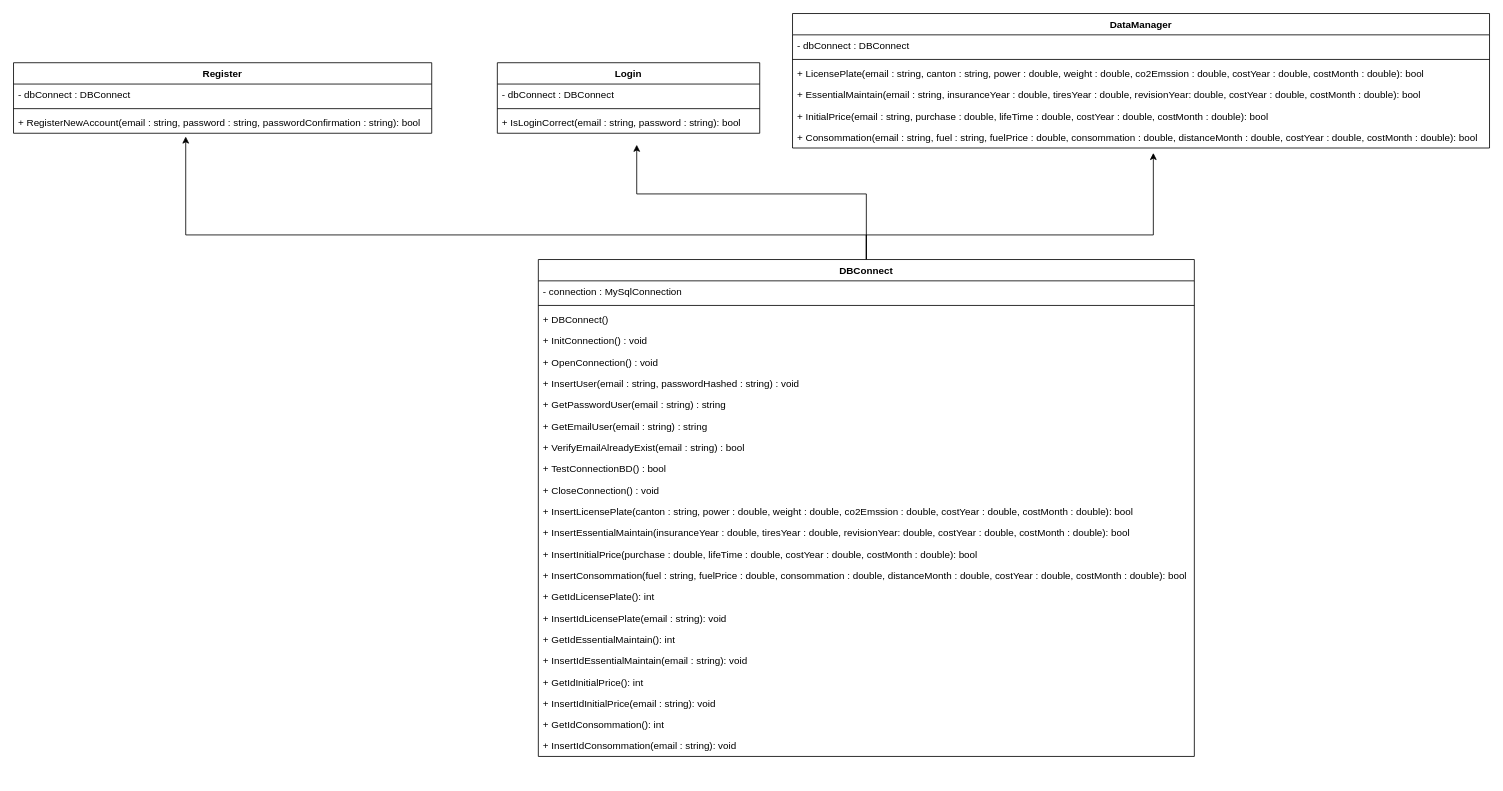
This is Documentation/Sprint1/diagrammeClasse.drawio from ThomasCPNV/CcubeProject, a draw.io file, before an edit. Source tidied: cells renumbered, new cells numbered last; positions are measured from the earlier drawing's top-left corner, leaving out a move shared by most shapes. Both pictures are drawn from the tidied source at 82%, with x=0, y=0 at pixel (13, 13).
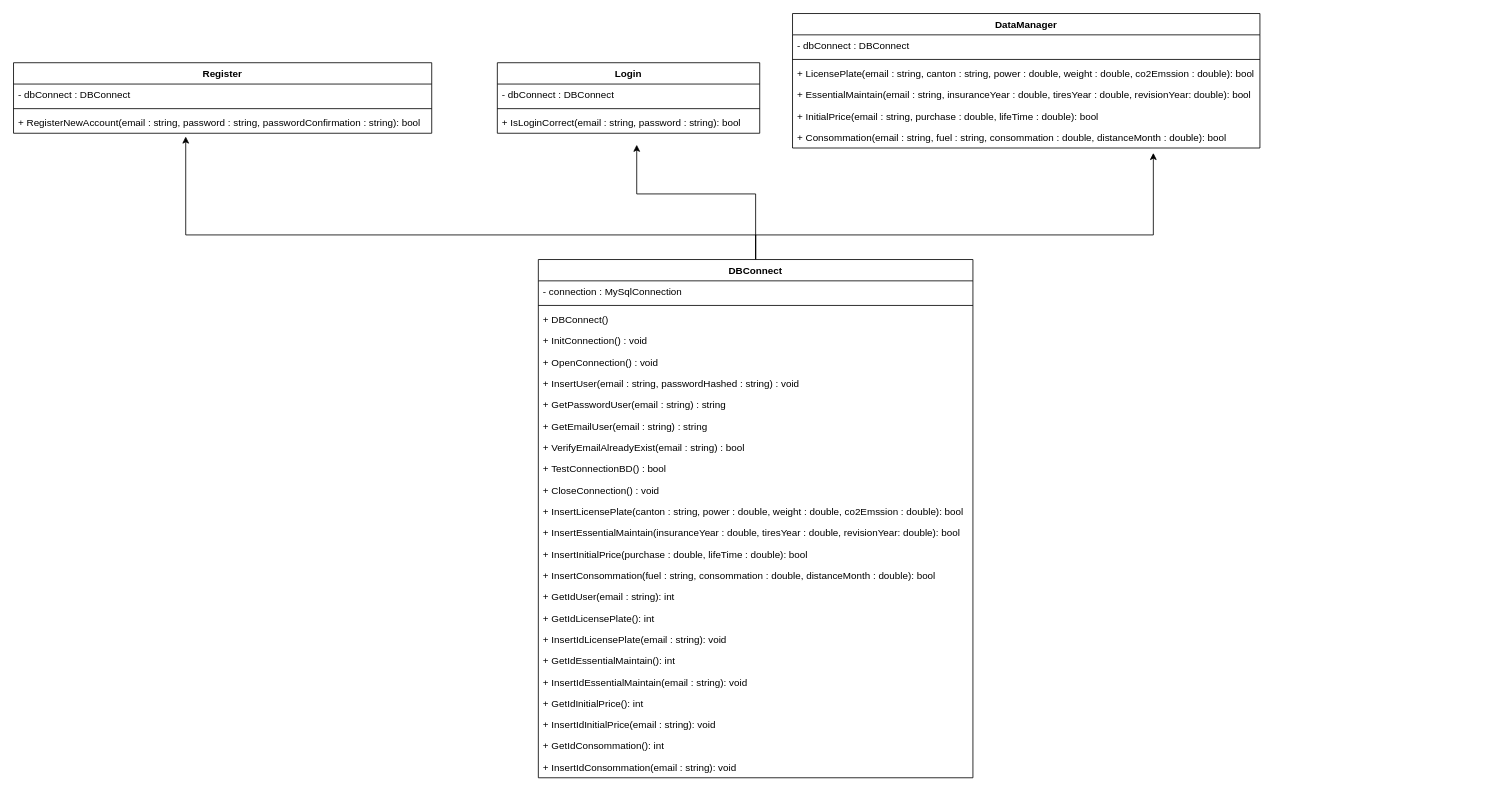
After the change.

Commit message (it also covers changes not shown here):
Mise à jour des diagrammes

What changed in the source:
```diff
@@
     <mxCell id="10" value="DataManager" style="swimlane;fontStyle=1;align=center;verticalAlign=top;horizontal=1;startSize=26;" parent="1" vertex="1">
-      <mxGeometry x="950" width="850" height="164" as="geometry" />
+      <mxGeometry x="950" width="570" height="164" as="geometry" />
     </mxCell>
     <mxCell id="11" value="- dbConnect : DBConnect" style="text;strokeColor=none;fillColor=none;align=left;verticalAlign=top;spacingLeft=4;spacingRight=4;overflow=hidden;" parent="10" vertex="1">
-      <mxGeometry y="26" width="850" height="26" as="geometry" />
+      <mxGeometry y="26" width="570" height="26" as="geometry" />
     </mxCell>
     <mxCell id="12" style="line;strokeWidth=1;fillColor=none;align=left;verticalAlign=middle;spacingTop=-1;spacingLeft=3;spacingRight=3;labelPosition=right;" parent="10" vertex="1">
-      <mxGeometry y="52" width="850" height="8" as="geometry" />
+      <mxGeometry y="52" width="570" height="8" as="geometry" />
     </mxCell>
-    <mxCell id="13" value="+ LicensePlate(email : string, canton : string, power : double, weight : double, co2Emssion : double, costYear : double, costMonth : double): bool" style="text;strokeColor=none;fillColor=none;align=left;verticalAlign=top;spacingLeft=4;spacingRight=4;overflow=hidden;" parent="10" vertex="1">
-      <mxGeometry y="60" width="850" height="26" as="geometry" />
+    <mxCell id="13" value="+ LicensePlate(email : string, canton : string, power : double, weight : double, co2Emssion : double): bool" style="text;strokeColor=none;fillColor=none;align=left;verticalAlign=top;spacingLeft=4;spacingRight=4;overflow=hidden;" parent="10" vertex="1">
+      <mxGeometry y="60" width="570" height="26" as="geometry" />
     </mxCell>
-    <mxCell id="14" value="+ EssentialMaintain(email : string, insuranceYear : double, tiresYear : double, revisionYear: double, costYear : double, costMonth : double): bool" style="text;strokeColor=none;fillColor=none;align=left;verticalAlign=top;spacingLeft=4;spacingRight=4;overflow=hidden;" parent="10" vertex="1">
-      <mxGeometry y="86" width="850" height="26" as="geometry" />
+    <mxCell id="14" value="+ EssentialMaintain(email : string, insuranceYear : double, tiresYear : double, revisionYear: double): bool" style="text;strokeColor=none;fillColor=none;align=left;verticalAlign=top;spacingLeft=4;spacingRight=4;overflow=hidden;" parent="10" vertex="1">
+      <mxGeometry y="86" width="570" height="26" as="geometry" />
     </mxCell>
-    <mxCell id="15" value="+ InitialPrice(email : string, purchase : double, lifeTime : double, costYear : double, costMonth : double): bool" style="text;strokeColor=none;fillColor=none;align=left;verticalAlign=top;spacingLeft=4;spacingRight=4;overflow=hidden;" parent="10" vertex="1">
-      <mxGeometry y="112" width="850" height="26" as="geometry" />
+    <mxCell id="15" value="+ InitialPrice(email : string, purchase : double, lifeTime : double): bool" style="text;strokeColor=none;fillColor=none;align=left;verticalAlign=top;spacingLeft=4;spacingRight=4;overflow=hidden;" parent="10" vertex="1">
+      <mxGeometry y="112" width="570" height="26" as="geometry" />
     </mxCell>
-    <mxCell id="16" value="+ Consommation(email : string, fuel : string, fuelPrice : double, consommation : double, distanceMonth : double, costYear : double, costMonth : double): bool" style="text;strokeColor=none;fillColor=none;align=left;verticalAlign=top;spacingLeft=4;spacingRight=4;overflow=hidden;" parent="10" vertex="1">
-      <mxGeometry y="138" width="850" height="26" as="geometry" />
+    <mxCell id="16" value="+ Consommation(email : string, fuel : string, consommation : double, distanceMonth : double): bool" style="text;strokeColor=none;fillColor=none;align=left;verticalAlign=top;spacingLeft=4;spacingRight=4;overflow=hidden;" parent="10" vertex="1">
+      <mxGeometry y="138" width="570" height="26" as="geometry" />
     </mxCell>
     <mxCell id="17" style="edgeStyle=orthogonalEdgeStyle;rounded=0;jettySize=auto;html=1;exitX=0.5;exitY=0;exitDx=0;exitDy=0;" parent="1" edge="1" source="20">
       <mxGeometry relative="1" as="geometry">
         <mxPoint x="1390" y="170" as="targetPoint" />
         <Array as="points">
-          <mxPoint x="1040" y="270" />
+          <mxPoint x="905" y="270" />
           <mxPoint x="1390" y="270" />
         </Array>
       </mxGeometry>
     </mxCell>
     <mxCell id="18" style="edgeStyle=orthogonalEdgeStyle;rounded=0;jettySize=auto;html=1;exitX=0.5;exitY=0;exitDx=0;exitDy=0;" parent="1" edge="1" source="20">
       <mxGeometry relative="1" as="geometry">
         <mxPoint x="210" y="150" as="targetPoint" />
         <Array as="points">
-          <mxPoint x="1040" y="270" />
+          <mxPoint x="905" y="270" />
           <mxPoint x="210" y="270" />
         </Array>
       </mxGeometry>
     </mxCell>
     <mxCell id="19" style="edgeStyle=orthogonalEdgeStyle;rounded=0;jettySize=auto;html=1;exitX=0.5;exitY=0;exitDx=0;exitDy=0;" parent="1" edge="1" source="20">
       <mxGeometry relative="1" as="geometry">
         <mxPoint x="760" y="160" as="targetPoint" />
         <Array as="points">
-          <mxPoint x="1040" y="220" />
+          <mxPoint x="905" y="220" />
           <mxPoint x="760" y="220" />
         </Array>
       </mxGeometry>
     </mxCell>
     <mxCell id="20" value="DBConnect" style="swimlane;fontStyle=1;align=center;verticalAlign=top;horizontal=1;startSize=26;" parent="1" vertex="1">
-      <mxGeometry x="640" y="300" width="800" height="606" as="geometry" />
+      <mxGeometry x="640" y="300" width="530" height="632" as="geometry" />
     </mxCell>
     <mxCell id="21" value="- connection : MySqlConnection" style="text;strokeColor=none;fillColor=none;align=left;verticalAlign=top;spacingLeft=4;spacingRight=4;overflow=hidden;" parent="20" vertex="1">
-      <mxGeometry y="26" width="800" height="26" as="geometry" />
+      <mxGeometry y="26" width="530" height="26" as="geometry" />
     </mxCell>
     <mxCell id="22" style="line;strokeWidth=1;fillColor=none;align=left;verticalAlign=middle;spacingTop=-1;spacingLeft=3;spacingRight=3;labelPosition=right;" parent="20" vertex="1">
-      <mxGeometry y="52" width="800" height="8" as="geometry" />
+      <mxGeometry y="52" width="530" height="8" as="geometry" />
     </mxCell>
     <mxCell id="23" value="+ DBConnect()" style="text;strokeColor=none;fillColor=none;align=left;verticalAlign=top;spacingLeft=4;spacingRight=4;overflow=hidden;" parent="20" vertex="1">
-      <mxGeometry y="60" width="800" height="26" as="geometry" />
+      <mxGeometry y="60" width="530" height="26" as="geometry" />
     </mxCell>
     <mxCell id="24" value="+ InitConnection() : void" style="text;strokeColor=none;fillColor=none;align=left;verticalAlign=top;spacingLeft=4;spacingRight=4;overflow=hidden;" parent="20" vertex="1">
-      <mxGeometry y="86" width="800" height="26" as="geometry" />
+      <mxGeometry y="86" width="530" height="26" as="geometry" />
     </mxCell>
     <mxCell id="25" value="+ OpenConnection() : void" style="text;strokeColor=none;fillColor=none;align=left;verticalAlign=top;spacingLeft=4;spacingRight=4;overflow=hidden;" parent="20" vertex="1">
-      <mxGeometry y="112" width="800" height="26" as="geometry" />
+      <mxGeometry y="112" width="530" height="26" as="geometry" />
     </mxCell>
     <mxCell id="26" value="+ InsertUser(email : string, passwordHashed : string) : void" style="text;strokeColor=none;fillColor=none;align=left;verticalAlign=top;spacingLeft=4;spacingRight=4;overflow=hidden;" parent="20" vertex="1">
-      <mxGeometry y="138" width="800" height="26" as="geometry" />
+      <mxGeometry y="138" width="530" height="26" as="geometry" />
     </mxCell>
     <mxCell id="27" value="+ GetPasswordUser(email : string) : string" style="text;strokeColor=none;fillColor=none;align=left;verticalAlign=top;spacingLeft=4;spacingRight=4;overflow=hidden;" parent="20" vertex="1">
-      <mxGeometry y="164" width="800" height="26" as="geometry" />
+      <mxGeometry y="164" width="530" height="26" as="geometry" />
     </mxCell>
     <mxCell id="28" value="+ GetEmailUser(email : string) : string" style="text;strokeColor=none;fillColor=none;align=left;verticalAlign=top;spacingLeft=4;spacingRight=4;overflow=hidden;" parent="20" vertex="1">
-      <mxGeometry y="190" width="800" height="26" as="geometry" />
+      <mxGeometry y="190" width="530" height="26" as="geometry" />
     </mxCell>
     <mxCell id="29" value="+ VerifyEmailAlreadyExist(email : string) : bool" style="text;strokeColor=none;fillColor=none;align=left;verticalAlign=top;spacingLeft=4;spacingRight=4;overflow=hidden;" parent="20" vertex="1">
-      <mxGeometry y="216" width="800" height="26" as="geometry" />
+      <mxGeometry y="216" width="530" height="26" as="geometry" />
     </mxCell>
     <mxCell id="30" value="+ TestConnectionBD() : bool" style="text;strokeColor=none;fillColor=none;align=left;verticalAlign=top;spacingLeft=4;spacingRight=4;overflow=hidden;" parent="20" vertex="1">
-      <mxGeometry y="242" width="800" height="26" as="geometry" />
+      <mxGeometry y="242" width="530" height="26" as="geometry" />
     </mxCell>
     <mxCell id="31" value="+ CloseConnection() : void" style="text;strokeColor=none;fillColor=none;align=left;verticalAlign=top;spacingLeft=4;spacingRight=4;overflow=hidden;" parent="20" vertex="1">
-      <mxGeometry y="268" width="800" height="26" as="geometry" />
+      <mxGeometry y="268" width="530" height="26" as="geometry" />
     </mxCell>
-    <mxCell id="32" value="+ InsertLicensePlate(canton : string, power : double, weight : double, co2Emssion : double, costYear : double, costMonth : double): bool" style="text;strokeColor=none;fillColor=none;align=left;verticalAlign=top;spacingLeft=4;spacingRight=4;overflow=hidden;" parent="20" vertex="1">
-      <mxGeometry y="294" width="800" height="26" as="geometry" />
+    <mxCell id="32" value="+ InsertLicensePlate(canton : string, power : double, weight : double, co2Emssion : double): bool" style="text;strokeColor=none;fillColor=none;align=left;verticalAlign=top;spacingLeft=4;spacingRight=4;overflow=hidden;" parent="20" vertex="1">
+      <mxGeometry y="294" width="530" height="26" as="geometry" />
     </mxCell>
-    <mxCell id="33" value="+ InsertEssentialMaintain(insuranceYear : double, tiresYear : double, revisionYear: double, costYear : double, costMonth : double): bool" style="text;strokeColor=none;fillColor=none;align=left;verticalAlign=top;spacingLeft=4;spacingRight=4;overflow=hidden;" parent="20" vertex="1">
-      <mxGeometry y="320" width="800" height="26" as="geometry" />
+    <mxCell id="33" value="+ InsertEssentialMaintain(insuranceYear : double, tiresYear : double, revisionYear: double): bool" style="text;strokeColor=none;fillColor=none;align=left;verticalAlign=top;spacingLeft=4;spacingRight=4;overflow=hidden;" parent="20" vertex="1">
+      <mxGeometry y="320" width="530" height="26" as="geometry" />
     </mxCell>
-    <mxCell id="34" value="+ InsertInitialPrice(purchase : double, lifeTime : double, costYear : double, costMonth : double): bool" style="text;strokeColor=none;fillColor=none;align=left;verticalAlign=top;spacingLeft=4;spacingRight=4;overflow=hidden;" parent="20" vertex="1">
-      <mxGeometry y="346" width="800" height="26" as="geometry" />
+    <mxCell id="34" value="+ InsertInitialPrice(purchase : double, lifeTime : double): bool" style="text;strokeColor=none;fillColor=none;align=left;verticalAlign=top;spacingLeft=4;spacingRight=4;overflow=hidden;" parent="20" vertex="1">
+      <mxGeometry y="346" width="530" height="26" as="geometry" />
     </mxCell>
-    <mxCell id="35" value="+ InsertConsommation(fuel : string, fuelPrice : double, consommation : double, distanceMonth : double, costYear : double, costMonth : double): bool" style="text;strokeColor=none;fillColor=none;align=left;verticalAlign=top;spacingLeft=4;spacingRight=4;overflow=hidden;" parent="20" vertex="1">
-      <mxGeometry y="372" width="800" height="26" as="geometry" />
+    <mxCell id="35" value="+ InsertConsommation(fuel : string, consommation : double, distanceMonth : double): bool" style="text;strokeColor=none;fillColor=none;align=left;verticalAlign=top;spacingLeft=4;spacingRight=4;overflow=hidden;" parent="20" vertex="1">
+      <mxGeometry y="372" width="530" height="26" as="geometry" />
     </mxCell>
+    <mxCell id="44" value="+ GetIdUser(email : string): int" style="text;strokeColor=none;fillColor=none;align=left;verticalAlign=top;spacingLeft=4;spacingRight=4;overflow=hidden;" parent="20" vertex="1">
+      <mxGeometry y="398" width="530" height="26" as="geometry" />
+    </mxCell>
     <mxCell id="36" value="+ GetIdLicensePlate(): int" style="text;strokeColor=none;fillColor=none;align=left;verticalAlign=top;spacingLeft=4;spacingRight=4;overflow=hidden;" parent="20" vertex="1">
-      <mxGeometry y="398" width="800" height="26" as="geometry" />
+      <mxGeometry y="424" width="530" height="26" as="geometry" />
     </mxCell>
     <mxCell id="37" value="+ InsertIdLicensePlate(email : string): void" style="text;strokeColor=none;fillColor=none;align=left;verticalAlign=top;spacingLeft=4;spacingRight=4;overflow=hidden;" parent="20" vertex="1">
-      <mxGeometry y="424" width="800" height="26" as="geometry" />
+      <mxGeometry y="450" width="530" height="26" as="geometry" />
     </mxCell>
     <mxCell id="38" value="+ GetIdEssentialMaintain(): int" style="text;strokeColor=none;fillColor=none;align=left;verticalAlign=top;spacingLeft=4;spacingRight=4;overflow=hidden;" parent="20" vertex="1">
-      <mxGeometry y="450" width="800" height="26" as="geometry" />
+      <mxGeometry y="476" width="530" height="26" as="geometry" />
     </mxCell>
     <mxCell id="39" value="+ InsertIdEssentialMaintain(email : string): void" style="text;strokeColor=none;fillColor=none;align=left;verticalAlign=top;spacingLeft=4;spacingRight=4;overflow=hidden;" parent="20" vertex="1">
-      <mxGeometry y="476" width="800" height="26" as="geometry" />
+      <mxGeometry y="502" width="530" height="26" as="geometry" />
     </mxCell>
     <mxCell id="40" value="+ GetIdInitialPrice(): int" style="text;strokeColor=none;fillColor=none;align=left;verticalAlign=top;spacingLeft=4;spacingRight=4;overflow=hidden;" parent="20" vertex="1">
-      <mxGeometry y="502" width="800" height="26" as="geometry" />
+      <mxGeometry y="528" width="530" height="26" as="geometry" />
     </mxCell>
     <mxCell id="41" value="+ InsertIdInitialPrice(email : string): void" style="text;strokeColor=none;fillColor=none;align=left;verticalAlign=top;spacingLeft=4;spacingRight=4;overflow=hidden;" parent="20" vertex="1">
-      <mxGeometry y="528" width="800" height="26" as="geometry" />
+      <mxGeometry y="554" width="530" height="26" as="geometry" />
     </mxCell>
     <mxCell id="42" value="+ GetIdConsommation(): int" style="text;strokeColor=none;fillColor=none;align=left;verticalAlign=top;spacingLeft=4;spacingRight=4;overflow=hidden;" parent="20" vertex="1">
-      <mxGeometry y="554" width="800" height="26" as="geometry" />
+      <mxGeometry y="580" width="530" height="26" as="geometry" />
     </mxCell>
     <mxCell id="43" value="+ InsertIdConsommation(email : string): void" style="text;strokeColor=none;fillColor=none;align=left;verticalAlign=top;spacingLeft=4;spacingRight=4;overflow=hidden;" parent="20" vertex="1">
-      <mxGeometry y="580" width="800" height="26" as="geometry" />
+      <mxGeometry y="606" width="530" height="26" as="geometry" />
     </mxCell>
```
